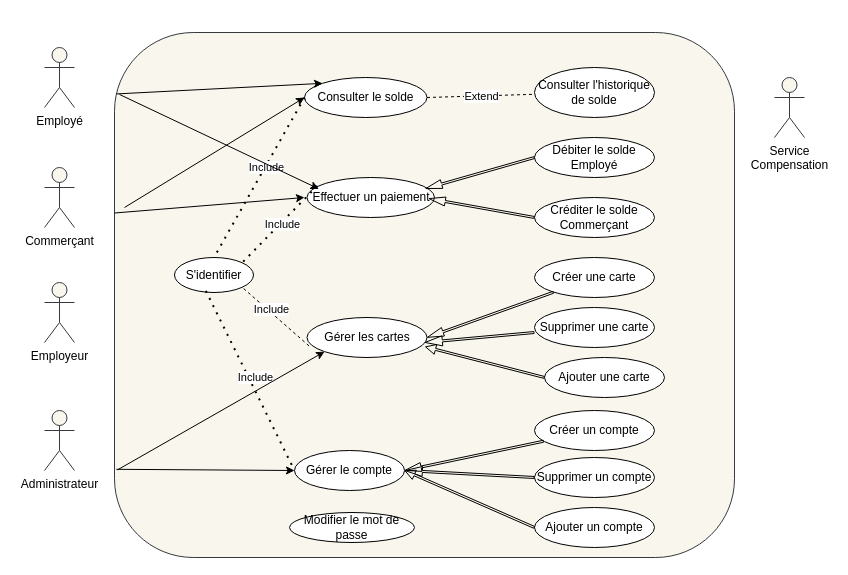
Before: Avnetix.drawio in msisitr/aventix-design, a draw.io diagram. Source tidied: cells renumbered, new cells numbered last; positions are measured from the earlier drawing's top-left corner, leaving out a move shared by most shapes. Both pictures are drawn from the tidied source at 100%, with x=0, y=0 at pixel (44, 32).
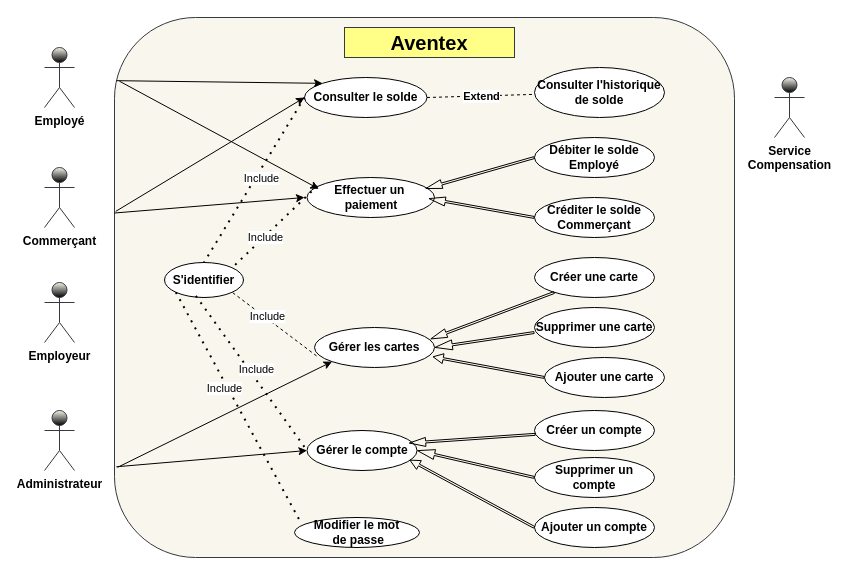
The same diagram, later.

Commit message (it also covers changes not shown here):
Mettre à jour Avnetix.drawio

Diff of the diagram source:
```diff
@@
-    <mxCell id="2" style="rounded=1;whiteSpace=wrap;html=1;fillColor=#f9f7ed;strokeColor=#36393d;" parent="1" vertex="1">
-      <mxGeometry x="70" width="620" height="525" as="geometry" />
+    <mxCell id="2" style="rounded=1;whiteSpace=wrap;html=1;fillColor=#f9f7ed;strokeColor=#36393d;fontStyle=1;" parent="1" vertex="1">
+      <mxGeometry x="70" y="-15" width="620" height="540" as="geometry" />
     </mxCell>
-    <mxCell id="3" value="Employé" style="shape=umlActor;verticalLabelPosition=bottom;verticalAlign=top;html=1;fillColor=#f9f7ed;strokeColor=#36393d;" parent="1" vertex="1">
+    <mxCell id="3" value="Employé" style="shape=umlActor;verticalLabelPosition=bottom;verticalAlign=top;html=1;fillColor=#f9f7ed;strokeColor=#36393D;fontStyle=1;gradientColor=default;" parent="1" vertex="1">
       <mxGeometry y="15" width="30" height="60" as="geometry" />
     </mxCell>
-    <mxCell id="4" value="&lt;div&gt;Commerçant&lt;/div&gt;" style="shape=umlActor;verticalLabelPosition=bottom;verticalAlign=top;html=1;fillColor=#f9f7ed;strokeColor=#36393d;" parent="1" vertex="1">
+    <mxCell id="4" value="&lt;div&gt;Commerçant&lt;/div&gt;" style="shape=umlActor;verticalLabelPosition=bottom;verticalAlign=top;html=1;fillColor=#f9f7ed;strokeColor=#36393d;fontStyle=1;gradientColor=default;" parent="1" vertex="1">
       <mxGeometry y="135" width="30" height="60" as="geometry" />
     </mxCell>
-    <mxCell id="5" value="Effectuer un paiement " style="ellipse;whiteSpace=wrap;html=1;" parent="1" vertex="1">
+    <mxCell id="5" value="&lt;div&gt;&lt;span&gt;Effectuer un&amp;nbsp;&lt;/span&gt;&lt;/div&gt;&lt;div&gt;&lt;span&gt;paiement &lt;/span&gt;&lt;/div&gt;" style="ellipse;whiteSpace=wrap;html=1;fontStyle=1;" parent="1" vertex="1">
       <mxGeometry x="262.5" y="145" width="127.5" height="40" as="geometry" />
     </mxCell>
-    <mxCell id="6" value="Gérer le compte" style="ellipse;whiteSpace=wrap;html=1;" parent="1" vertex="1">
-      <mxGeometry x="250" y="418" width="110" height="40" as="geometry" />
+    <mxCell id="6" value="&lt;span&gt;Gérer le compte&lt;/span&gt;" style="ellipse;whiteSpace=wrap;html=1;fontStyle=1;" parent="1" vertex="1">
+      <mxGeometry x="262.5" y="398" width="110" height="40" as="geometry" />
     </mxCell>
-    <mxCell id="7" value="S'identifier" style="ellipse;whiteSpace=wrap;html=1;" parent="1" vertex="1">
-      <mxGeometry x="130" y="225" width="79" height="35" as="geometry" />
+    <mxCell id="7" value="S'identifier" style="ellipse;whiteSpace=wrap;html=1;fontStyle=1;" parent="1" vertex="1">
+      <mxGeometry x="120" y="230" width="79" height="35" as="geometry" />
     </mxCell>
-    <mxCell id="8" value="Gérer les cartes" style="ellipse;whiteSpace=wrap;html=1;" parent="1" vertex="1">
-      <mxGeometry x="262.5" y="285" width="120" height="40" as="geometry" />
+    <mxCell id="8" value="&lt;span&gt;Gérer les cartes&lt;/span&gt;" style="ellipse;whiteSpace=wrap;html=1;fontStyle=1;" parent="1" vertex="1">
+      <mxGeometry x="270" y="295" width="120" height="40" as="geometry" />
     </mxCell>
-    <mxCell id="9" value="Employeur" style="shape=umlActor;verticalLabelPosition=bottom;verticalAlign=top;html=1;fillColor=#f9f7ed;strokeColor=#36393d;" parent="1" vertex="1">
+    <mxCell id="9" value="Employeur" style="shape=umlActor;verticalLabelPosition=bottom;verticalAlign=top;html=1;fillColor=#f9f7ed;strokeColor=#36393d;fontStyle=1;gradientColor=default;" parent="1" vertex="1">
       <mxGeometry y="250" width="30" height="60" as="geometry" />
     </mxCell>
-    <mxCell id="10" value="Administrateur" style="shape=umlActor;verticalLabelPosition=bottom;verticalAlign=top;html=1;fillColor=#f9f7ed;strokeColor=#36393d;" parent="1" vertex="1">
+    <mxCell id="10" value="Administrateur" style="shape=umlActor;verticalLabelPosition=bottom;verticalAlign=top;html=1;fillColor=#f9f7ed;strokeColor=#36393d;fontStyle=1;gradientColor=default;" parent="1" vertex="1">
       <mxGeometry y="378" width="30" height="60" as="geometry" />
     </mxCell>
-    <mxCell id="11" value="Consulter le solde" style="ellipse;whiteSpace=wrap;html=1;" parent="1" vertex="1">
+    <mxCell id="11" value="&lt;span&gt;Consulter le solde&lt;/span&gt;" style="ellipse;whiteSpace=wrap;html=1;fontStyle=1;" parent="1" vertex="1">
       <mxGeometry x="260" y="45" width="122.5" height="40" as="geometry" />
     </mxCell>
-    <mxCell id="12" style="endArrow=none;dashed=1;html=1;dashPattern=1 3;strokeWidth=2;rounded=0;exitX=0.081;exitY=0.21;exitDx=0;exitDy=0;entryX=1;entryY=0;entryDx=0;entryDy=0;exitPerimeter=0;" parent="1" edge="1" source="5" target="7">
+    <mxCell id="12" style="endArrow=none;dashed=1;html=1;dashPattern=1 3;strokeWidth=2;rounded=0;exitX=0.081;exitY=0.21;exitDx=0;exitDy=0;entryX=1;entryY=0;entryDx=0;entryDy=0;exitPerimeter=0;fontStyle=1;" parent="1" edge="1" source="5" target="7">
       <mxGeometry relative="1" as="geometry" />
     </mxCell>
-    <mxCell id="13" value="Include" style="edgeLabel;html=1;align=center;verticalAlign=middle;" parent="12" vertex="1">
+    <mxCell id="13" value="Include" style="edgeLabel;html=1;align=center;verticalAlign=middle;fontStyle=0;" parent="12" vertex="1">
       <mxGeometry x="-0.05" y="1" relative="1" as="geometry">
-        <mxPoint y="1" as="offset" />
+        <mxPoint x="-13" y="12" as="offset" />
       </mxGeometry>
     </mxCell>
-    <mxCell id="14" style="endArrow=none;dashed=1;html=1;rounded=0;entryX=1;entryY=1;entryDx=0;entryDy=0;exitX=0.017;exitY=0.71;exitDx=0;exitDy=0;exitPerimeter=0;" parent="1" edge="1" source="8" target="7">
+    <mxCell id="14" style="endArrow=none;dashed=1;html=1;rounded=0;entryX=1;entryY=1;entryDx=0;entryDy=0;exitX=0.017;exitY=0.71;exitDx=0;exitDy=0;exitPerimeter=0;fontStyle=1;" parent="1" edge="1" source="8" target="7">
       <mxGeometry relative="1" as="geometry" />
     </mxCell>
-    <mxCell id="15" value="Include" style="edgeLabel;html=1;align=center;verticalAlign=middle;" parent="14" vertex="1">
+    <mxCell id="15" value="Include" style="edgeLabel;html=1;align=center;verticalAlign=middle;fontStyle=0;" parent="14" vertex="1">
       <mxGeometry x="0.2" y="-2" relative="1" as="geometry" />
     </mxCell>
-    <mxCell id="16" style="endArrow=none;dashed=1;html=1;dashPattern=1 3;strokeWidth=2;rounded=0;entryX=0.5;entryY=0;entryDx=0;entryDy=0;exitX=0;exitY=0.5;exitDx=0;exitDy=0;" parent="1" edge="1" source="11" target="7">
+    <mxCell id="16" style="endArrow=none;dashed=1;html=1;dashPattern=1 3;strokeWidth=2;rounded=0;entryX=0.5;entryY=0;entryDx=0;entryDy=0;exitX=0;exitY=0.5;exitDx=0;exitDy=0;fontStyle=1;" parent="1" edge="1" source="11" target="7">
       <mxGeometry relative="1" as="geometry" />
     </mxCell>
-    <mxCell id="17" value="Include" style="edgeLabel;html=1;align=center;verticalAlign=middle;" parent="16" vertex="1">
+    <mxCell id="17" value="Include" style="edgeLabel;html=1;align=center;verticalAlign=middle;fontStyle=0;" parent="16" vertex="1">
       <mxGeometry x="0.01" relative="1" as="geometry">
-        <mxPoint x="7" y="-11" as="offset" />
+        <mxPoint x="7" y="-3" as="offset" />
       </mxGeometry>
     </mxCell>
-    <mxCell id="18" style="endArrow=none;dashed=1;html=1;dashPattern=1 3;strokeWidth=2;rounded=0;exitX=0.397;exitY=0.954;exitDx=0;exitDy=0;entryX=0;entryY=0.5;entryDx=0;entryDy=0;exitPerimeter=0;" parent="1" edge="1" source="7" target="6">
+    <mxCell id="18" style="endArrow=none;dashed=1;html=1;dashPattern=1 3;strokeWidth=2;rounded=0;exitX=0.397;exitY=0.954;exitDx=0;exitDy=0;entryX=0;entryY=0.5;entryDx=0;entryDy=0;exitPerimeter=0;fontStyle=1;" parent="1" edge="1" source="7" target="6">
       <mxGeometry relative="1" as="geometry" />
     </mxCell>
-    <mxCell id="19" value="Include" style="edgeLabel;html=1;align=center;verticalAlign=middle;" parent="18" vertex="1">
+    <mxCell id="19" value="Include" style="edgeLabel;html=1;align=center;verticalAlign=middle;fontStyle=0;" parent="18" vertex="1">
       <mxGeometry x="-0.01" y="6" relative="1" as="geometry" />
     </mxCell>
-    <mxCell id="20" value="&lt;div&gt;Service&lt;/div&gt;&lt;div&gt;Compensation&lt;/div&gt;" style="shape=umlActor;verticalLabelPosition=bottom;verticalAlign=top;html=1;fillColor=#f9f7ed;strokeColor=#36393d;" parent="1" vertex="1">
+    <mxCell id="20" value="&lt;div&gt;Service&lt;/div&gt;&lt;div&gt;Compensation&lt;/div&gt;" style="shape=umlActor;verticalLabelPosition=bottom;verticalAlign=top;html=1;fillColor=#F9F7ED;strokeColor=#36393d;fontStyle=1;strokeWidth=1;gradientColor=default;" parent="1" vertex="1">
       <mxGeometry x="730" y="45" width="30" height="60" as="geometry" />
     </mxCell>
-    <mxCell id="21" style="endArrow=none;dashed=1;html=1;rounded=0;exitX=1;exitY=0.5;exitDx=0;exitDy=0;" parent="1" edge="1" source="11" target="23">
+    <mxCell id="21" style="endArrow=none;dashed=1;html=1;rounded=0;exitX=1;exitY=0.5;exitDx=0;exitDy=0;fontStyle=1;" parent="1" edge="1" source="11" target="23">
       <mxGeometry relative="1" as="geometry" />
     </mxCell>
-    <mxCell id="22" value="Extend" style="edgeLabel;html=1;align=center;verticalAlign=middle;" parent="21" vertex="1">
+    <mxCell id="22" value="Extend" style="edgeLabel;html=1;align=center;verticalAlign=middle;fontStyle=1;" parent="21" vertex="1">
       <mxGeometry relative="1" as="geometry" />
     </mxCell>
-    <mxCell id="23" value="Consulter l'historique de solde" style="ellipse;whiteSpace=wrap;html=1;" parent="1" vertex="1">
-      <mxGeometry x="490" y="35" width="120" height="50" as="geometry" />
+    <mxCell id="23" value="Consulter l'historique de solde" style="ellipse;whiteSpace=wrap;html=1;fontStyle=1;" parent="1" vertex="1">
+      <mxGeometry x="490" y="35" width="130" height="50" as="geometry" />
     </mxCell>
-    <mxCell id="24" value="Créer une carte " style="ellipse;whiteSpace=wrap;html=1;" parent="1" vertex="1">
+    <mxCell id="24" value="Créer une carte " style="ellipse;whiteSpace=wrap;html=1;fontStyle=1;" parent="1" vertex="1">
       <mxGeometry x="490" y="225" width="120" height="40" as="geometry" />
     </mxCell>
-    <mxCell id="25" style="shape=flexArrow;endArrow=classic;html=1;rounded=0;width=2;endSize=5.14;endWidth=6;entryX=1;entryY=0.5;entryDx=0;entryDy=0;" parent="1" edge="1" source="24" target="8">
+    <mxCell id="25" style="shape=flexArrow;endArrow=classic;html=1;rounded=0;width=2;endSize=5.14;endWidth=6;entryX=0.965;entryY=0.29;entryDx=0;entryDy=0;fontStyle=1;entryPerimeter=0;" parent="1" edge="1" source="24" target="8">
       <mxGeometry relative="1" as="geometry" />
     </mxCell>
-    <mxCell id="26" value="Supprimer une carte" style="ellipse;whiteSpace=wrap;html=1;" parent="1" vertex="1">
+    <mxCell id="26" value="Supprimer une carte" style="ellipse;whiteSpace=wrap;html=1;fontStyle=1;" parent="1" vertex="1">
       <mxGeometry x="490" y="275" width="120" height="40" as="geometry" />
     </mxCell>
-    <mxCell id="27" value="Ajouter une carte" style="ellipse;whiteSpace=wrap;html=1;" parent="1" vertex="1">
+    <mxCell id="27" value="Ajouter une carte" style="ellipse;whiteSpace=wrap;html=1;fontStyle=1;" parent="1" vertex="1">
       <mxGeometry x="500" y="325" width="120" height="40" as="geometry" />
     </mxCell>
-    <mxCell id="28" style="shape=flexArrow;endArrow=classic;html=1;rounded=0;width=2;endSize=5.46;exitX=0;exitY=0.5;exitDx=0;exitDy=0;endWidth=7;" parent="1" edge="1">
+    <mxCell id="28" style="shape=flexArrow;endArrow=classic;html=1;rounded=0;width=2;endSize=5.46;exitX=0;exitY=0.5;exitDx=0;exitDy=0;endWidth=7;fontStyle=1;" parent="1" edge="1">
       <mxGeometry relative="1" as="geometry">
         <mxPoint x="490" y="300" as="sourcePoint" />
-        <mxPoint x="380" y="310" as="targetPoint" />
+        <mxPoint x="390" y="315" as="targetPoint" />
       </mxGeometry>
     </mxCell>
-    <mxCell id="29" style="shape=flexArrow;endArrow=classic;html=1;rounded=0;width=2;endSize=3.07;exitX=0;exitY=0.5;exitDx=0;exitDy=0;endWidth=7;entryX=0.984;entryY=0.73;entryDx=0;entryDy=0;entryPerimeter=0;" parent="1" edge="1" source="27" target="8">
+    <mxCell id="29" style="shape=flexArrow;endArrow=classic;html=1;rounded=0;width=2;endSize=3.07;exitX=0;exitY=0.5;exitDx=0;exitDy=0;endWidth=7;entryX=0.984;entryY=0.73;entryDx=0;entryDy=0;entryPerimeter=0;fontStyle=1;" parent="1" edge="1" source="27" target="8">
       <mxGeometry relative="1" as="geometry" />
     </mxCell>
-    <mxCell id="30" value="Créer un compte" style="ellipse;whiteSpace=wrap;html=1;" parent="1" vertex="1">
+    <mxCell id="30" value="Créer un compte" style="ellipse;whiteSpace=wrap;html=1;fontStyle=1;" parent="1" vertex="1">
       <mxGeometry x="490" y="378" width="120" height="40" as="geometry" />
     </mxCell>
-    <mxCell id="31" style="shape=flexArrow;endArrow=classic;html=1;rounded=0;width=2;endSize=5.14;endWidth=6;entryX=1;entryY=0.5;entryDx=0;entryDy=0;" parent="1" edge="1" source="30" target="6">
+    <mxCell id="31" style="shape=flexArrow;endArrow=classic;html=1;rounded=0;width=2;endSize=5.14;endWidth=6;entryX=0.925;entryY=0.315;entryDx=0;entryDy=0;fontStyle=1;entryPerimeter=0;" parent="1" edge="1" source="30" target="6">
       <mxGeometry relative="1" as="geometry" />
     </mxCell>
-    <mxCell id="32" value="Supprimer un compte" style="ellipse;whiteSpace=wrap;html=1;" parent="1" vertex="1">
+    <mxCell id="32" value="Supprimer un compte" style="ellipse;whiteSpace=wrap;html=1;fontStyle=1;" parent="1" vertex="1">
       <mxGeometry x="490" y="425" width="120" height="40" as="geometry" />
     </mxCell>
-    <mxCell id="33" value="Ajouter un compte" style="ellipse;whiteSpace=wrap;html=1;" parent="1" vertex="1">
+    <mxCell id="33" value="Ajouter un compte" style="ellipse;whiteSpace=wrap;html=1;fontStyle=1;" parent="1" vertex="1">
       <mxGeometry x="490" y="475" width="120" height="40" as="geometry" />
     </mxCell>
-    <mxCell id="34" style="shape=flexArrow;endArrow=classic;html=1;rounded=0;width=2;endSize=5.46;exitX=0;exitY=0.5;exitDx=0;exitDy=0;endWidth=7;entryX=1;entryY=0.5;entryDx=0;entryDy=0;" parent="1" edge="1" source="32" target="6">
+    <mxCell id="34" style="shape=flexArrow;endArrow=classic;html=1;rounded=0;width=2;endSize=5.46;exitX=0;exitY=0.5;exitDx=0;exitDy=0;endWidth=7;entryX=1;entryY=0.5;entryDx=0;entryDy=0;fontStyle=1;" parent="1" edge="1" source="32" target="6">
       <mxGeometry relative="1" as="geometry" />
     </mxCell>
-    <mxCell id="35" style="shape=flexArrow;endArrow=classic;html=1;rounded=0;entryX=1;entryY=0.5;entryDx=0;entryDy=0;width=2;endSize=3.07;exitX=0;exitY=0.5;exitDx=0;exitDy=0;endWidth=7;" parent="1" edge="1" source="33" target="6">
+    <mxCell id="35" style="shape=flexArrow;endArrow=classic;html=1;rounded=0;entryX=0.932;entryY=0.735;entryDx=0;entryDy=0;width=2;endSize=3.07;exitX=0;exitY=0.5;exitDx=0;exitDy=0;endWidth=7;fontStyle=1;entryPerimeter=0;" parent="1" edge="1" source="33" target="6">
       <mxGeometry relative="1" as="geometry" />
     </mxCell>
-    <mxCell id="36" value="Créditer le solde Commerçant" style="ellipse;whiteSpace=wrap;html=1;" parent="1" vertex="1">
+    <mxCell id="36" value="Créditer le solde Commerçant" style="ellipse;whiteSpace=wrap;html=1;fontStyle=1;" parent="1" vertex="1">
       <mxGeometry x="490" y="165" width="120" height="40" as="geometry" />
     </mxCell>
-    <mxCell id="37" value="Débiter le solde Employé" style="ellipse;whiteSpace=wrap;html=1;" parent="1" vertex="1">
+    <mxCell id="37" value="Débiter le solde Employé" style="ellipse;whiteSpace=wrap;html=1;fontStyle=1;" parent="1" vertex="1">
       <mxGeometry x="490" y="105" width="120" height="40" as="geometry" />
     </mxCell>
-    <mxCell id="38" style="shape=flexArrow;endArrow=classic;html=1;rounded=0;width=2;endSize=5.14;endWidth=6;entryX=0.928;entryY=0.28;entryDx=0;entryDy=0;entryPerimeter=0;exitX=0;exitY=0.5;exitDx=0;exitDy=0;" parent="1" edge="1" source="37" target="5">
+    <mxCell id="38" style="shape=flexArrow;endArrow=classic;html=1;rounded=0;width=2;endSize=5.14;endWidth=6;entryX=0.928;entryY=0.28;entryDx=0;entryDy=0;entryPerimeter=0;exitX=0;exitY=0.5;exitDx=0;exitDy=0;fontStyle=1;" parent="1" edge="1" source="37" target="5">
       <mxGeometry relative="1" as="geometry" />
     </mxCell>
-    <mxCell id="39" style="shape=flexArrow;endArrow=classic;html=1;rounded=0;width=2;endSize=5.14;endWidth=6;entryX=0.928;entryY=0.28;entryDx=0;entryDy=0;entryPerimeter=0;exitX=0;exitY=0.5;exitDx=0;exitDy=0;" parent="1" edge="1" source="36">
+    <mxCell id="39" style="shape=flexArrow;endArrow=classic;html=1;rounded=0;width=2;endSize=5.14;endWidth=6;entryX=0.928;entryY=0.28;entryDx=0;entryDy=0;entryPerimeter=0;exitX=0;exitY=0.5;exitDx=0;exitDy=0;fontStyle=1;" parent="1" edge="1" source="36">
       <mxGeometry relative="1" as="geometry">
         <mxPoint x="384" y="166" as="targetPoint" />
       </mxGeometry>
     </mxCell>
-    <mxCell id="40" style="endArrow=classic;html=1;rounded=0;entryX=0;entryY=0.5;entryDx=0;entryDy=0;exitX=0.003;exitY=0.832;exitDx=0;exitDy=0;exitPerimeter=0;" parent="1" edge="1" source="2" target="6">
+    <mxCell id="40" style="endArrow=classic;html=1;rounded=0;entryX=0;entryY=0.5;entryDx=0;entryDy=0;exitX=0.003;exitY=0.832;exitDx=0;exitDy=0;exitPerimeter=0;fontStyle=1;" parent="1" edge="1" source="2" target="6">
       <mxGeometry relative="1" as="geometry" />
     </mxCell>
-    <mxCell id="41" style="endArrow=classic;html=1;rounded=0;entryX=0;entryY=1;entryDx=0;entryDy=0;exitX=0.005;exitY=0.833;exitDx=0;exitDy=0;exitPerimeter=0;" parent="1" edge="1" source="2" target="8">
+    <mxCell id="41" style="endArrow=classic;html=1;rounded=0;entryX=0;entryY=1;entryDx=0;entryDy=0;exitX=0.005;exitY=0.833;exitDx=0;exitDy=0;exitPerimeter=0;fontStyle=1;" parent="1" edge="1" source="2" target="8">
       <mxGeometry relative="1" as="geometry" />
     </mxCell>
-    <mxCell id="42" style="endArrow=classic;html=1;rounded=0;entryX=0;entryY=0;entryDx=0;entryDy=0;exitX=0.003;exitY=0.117;exitDx=0;exitDy=0;exitPerimeter=0;" parent="1" edge="1" source="2" target="11">
+    <mxCell id="42" style="endArrow=classic;html=1;rounded=0;entryX=0;entryY=0;entryDx=0;entryDy=0;exitX=0.003;exitY=0.117;exitDx=0;exitDy=0;exitPerimeter=0;fontStyle=1;" parent="1" edge="1" source="2" target="11">
       <mxGeometry relative="1" as="geometry" />
     </mxCell>
-    <mxCell id="43" value="Modifier le mot de passe" style="ellipse;whiteSpace=wrap;html=1;" parent="1" vertex="1">
-      <mxGeometry x="245" y="480" width="125" height="30" as="geometry" />
+    <mxCell id="43" value="&lt;div&gt;Modifier le mot&lt;/div&gt;&lt;div&gt;&amp;nbsp;de passe&lt;/div&gt;" style="ellipse;whiteSpace=wrap;html=1;fontStyle=1;" parent="1" vertex="1">
+      <mxGeometry x="250" y="485" width="125" height="30" as="geometry" />
     </mxCell>
-    <mxCell id="44" style="endArrow=classic;html=1;rounded=0;exitX=0.008;exitY=0.118;exitDx=0;exitDy=0;exitPerimeter=0;entryX=0.093;entryY=0.285;entryDx=0;entryDy=0;entryPerimeter=0;" parent="1" edge="1" source="2" target="5">
+    <mxCell id="44" style="endArrow=classic;html=1;rounded=0;exitX=0.008;exitY=0.118;exitDx=0;exitDy=0;exitPerimeter=0;entryX=0.093;entryY=0.285;entryDx=0;entryDy=0;entryPerimeter=0;fontStyle=1;" parent="1" edge="1" source="2" target="5">
       <mxGeometry relative="1" as="geometry" />
     </mxCell>
-    <mxCell id="45" style="endArrow=classic;html=1;rounded=0;exitX=0.003;exitY=0.117;exitDx=0;exitDy=0;exitPerimeter=0;" parent="1" edge="1">
+    <mxCell id="45" style="endArrow=classic;html=1;rounded=0;exitX=0.003;exitY=0.117;exitDx=0;exitDy=0;exitPerimeter=0;fontStyle=1;" parent="1" edge="1">
       <mxGeometry relative="1" as="geometry">
         <mxPoint x="70" y="180.5" as="sourcePoint" />
         <mxPoint x="260" y="165" as="targetPoint" />
       </mxGeometry>
     </mxCell>
-    <mxCell id="46" style="endArrow=classic;html=1;rounded=0;entryX=0;entryY=0.5;entryDx=0;entryDy=0;" parent="1" edge="1" target="11">
-      <mxGeometry relative="1" as="geometry">
-        <mxPoint x="80" y="175" as="sourcePoint" />
-      </mxGeometry>
+    <mxCell id="46" style="endArrow=classic;html=1;rounded=0;entryX=0;entryY=0.5;entryDx=0;entryDy=0;fontStyle=1;exitX=0.002;exitY=0.359;exitDx=0;exitDy=0;exitPerimeter=0;" parent="1" edge="1" source="2" target="11">
+      <mxGeometry relative="1" as="geometry" />
     </mxCell>
+    <mxCell id="47" value="&lt;div&gt;&lt;span&gt;&lt;font style=&quot;font-size: 20px;&quot;&gt;Aventex&lt;/font&gt;&lt;/span&gt;&lt;/div&gt;" style="text;html=1;align=center;verticalAlign=middle;whiteSpace=wrap;rounded=0;fillColor=#ffff88;strokeWidth=1;perimeterSpacing=10;strokeColor=#36393d;fontStyle=1;" parent="1" vertex="1">
+      <mxGeometry x="300" y="-5" width="170" height="30" as="geometry" />
+    </mxCell>
+    <mxCell id="48" style="endArrow=none;dashed=1;html=1;dashPattern=1 3;strokeWidth=2;rounded=0;exitX=0;exitY=1;exitDx=0;exitDy=0;entryX=0.056;entryY=0.213;entryDx=0;entryDy=0;fontStyle=1;entryPerimeter=0;" parent="1" edge="1" source="7" target="43">
+      <mxGeometry relative="1" as="geometry" />
+    </mxCell>
+    <mxCell id="49" value="Include" style="edgeLabel;html=1;align=center;verticalAlign=middle;fontStyle=0;" parent="48" vertex="1">
+      <mxGeometry x="-0.01" y="6" relative="1" as="geometry">
+        <mxPoint x="-19" y="-16" as="offset" />
+      </mxGeometry>
+    </mxCell>
```
